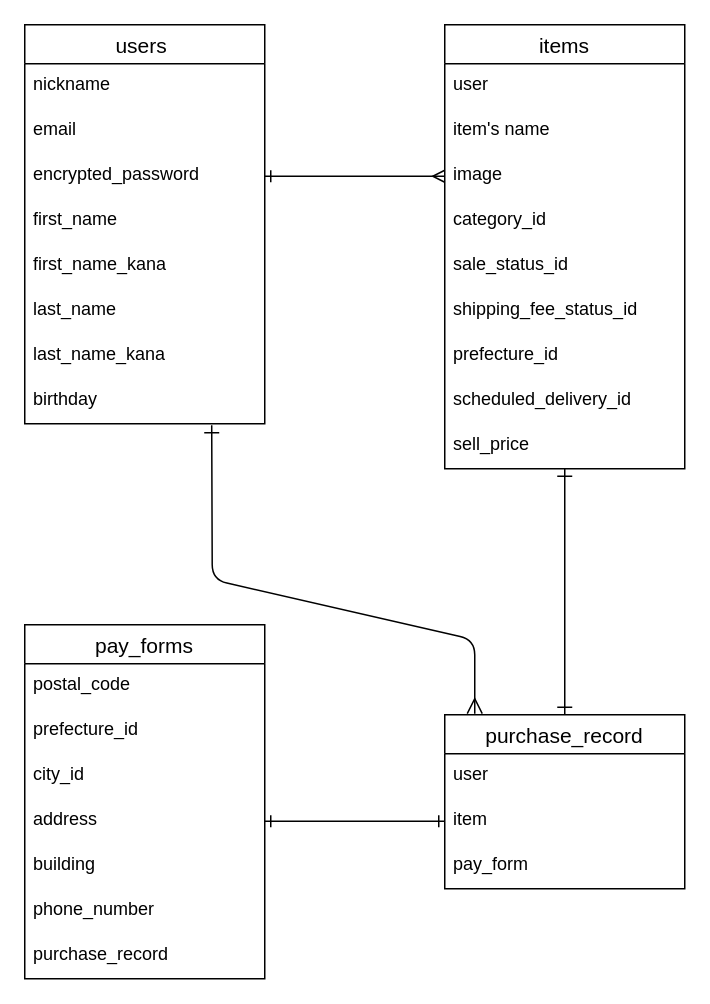
The draw.io diagram app/ER.dio in Genki4614/furima-40394, before the edit. Source tidied: cells renumbered, new cells numbered last; positions are measured from the earlier drawing's top-left corner, leaving out a move shared by most shapes. Both pictures are drawn from the tidied source at 150%, with x=0, y=0 at pixel (24, 24).
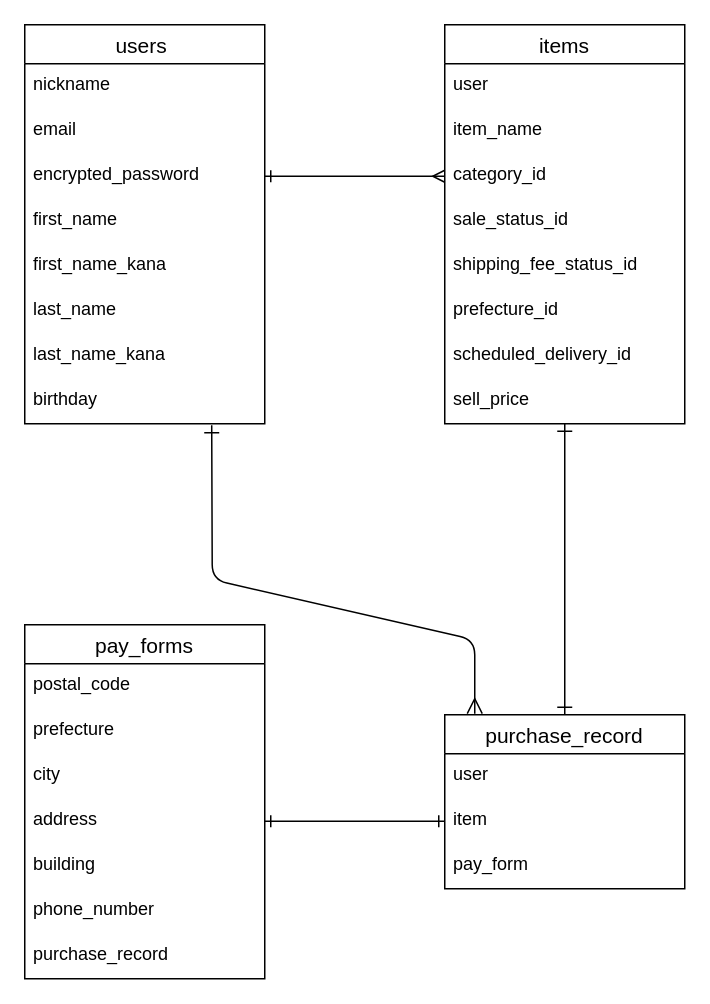
The same diagram, later.

Commit message (it also covers changes not shown here):
データベース設計ー修正2

Unchanged cells that the change refers to:
```xml
<mxCell id="5" value="encrypted_password" style="text;strokeColor=none;fillColor=none;spacingLeft=4;spacingRight=4;overflow=hidden;points=[[0,0.5],[1,0.5]];portConstraint=eastwest;fontSize=12;" parent="2" vertex="1">
  <mxGeometry y="86" width="160" height="30" as="geometry" />
</mxCell>
<mxCell id="28" value="pay_forms" style="swimlane;fontStyle=0;horizontal=1;startSize=26;align=center;fontSize=14;" parent="1" vertex="1">
  <mxGeometry y="400" width="160" height="236" as="geometry" />
</mxCell>
```

What changed in the source:
```diff
@@
     <mxCell id="12" value="items" style="swimlane;fontStyle=0;horizontal=1;startSize=26;align=center;fontSize=14;" parent="1" vertex="1">
-      <mxGeometry x="280" width="160" height="296" as="geometry" />
+      <mxGeometry x="280" width="160" height="266" as="geometry" />
     </mxCell>
@@
-    <mxCell id="14" value="item's name" style="text;strokeColor=none;fillColor=none;spacingLeft=4;spacingRight=4;overflow=hidden;fontSize=12;" parent="12" vertex="1">
+    <mxCell id="14" value="item_name" style="text;strokeColor=none;fillColor=none;spacingLeft=4;spacingRight=4;overflow=hidden;fontSize=12;" parent="12" vertex="1">
       <mxGeometry y="56" width="160" height="30" as="geometry" />
     </mxCell>
-    <mxCell id="15" value="image " style="text;strokeColor=none;fillColor=none;spacingLeft=4;spacingRight=4;overflow=hidden;points=[[0,0.5],[1,0.5]];portConstraint=eastwest;fontSize=12;" parent="12" vertex="1">
-      <mxGeometry y="86" width="160" height="30" as="geometry" />
-    </mxCell>
     <mxCell id="16" value="category_id" style="text;strokeColor=none;fillColor=none;spacingLeft=4;spacingRight=4;overflow=hidden;fontSize=12;" parent="12" vertex="1">
-      <mxGeometry y="116" width="160" height="30" as="geometry" />
+      <mxGeometry y="86" width="160" height="30" as="geometry" />
     </mxCell>
     <mxCell id="17" value="sale_status_id" style="text;strokeColor=none;fillColor=none;spacingLeft=4;spacingRight=4;overflow=hidden;fontSize=12;" parent="12" vertex="1">
-      <mxGeometry y="146" width="160" height="30" as="geometry" />
+      <mxGeometry y="116" width="160" height="30" as="geometry" />
     </mxCell>
     <mxCell id="18" value="shipping_fee_status_id" style="text;strokeColor=none;fillColor=none;spacingLeft=4;spacingRight=4;overflow=hidden;fontSize=12;" parent="12" vertex="1">
-      <mxGeometry y="176" width="160" height="30" as="geometry" />
+      <mxGeometry y="146" width="160" height="30" as="geometry" />
     </mxCell>
     <mxCell id="19" value="prefecture_id" style="text;strokeColor=none;fillColor=none;spacingLeft=4;spacingRight=4;overflow=hidden;fontSize=12;" parent="12" vertex="1">
-      <mxGeometry y="206" width="160" height="30" as="geometry" />
+      <mxGeometry y="176" width="160" height="30" as="geometry" />
     </mxCell>
     <mxCell id="20" value="scheduled_delivery_id" style="text;strokeColor=none;fillColor=none;spacingLeft=4;spacingRight=4;overflow=hidden;fontSize=12;" parent="12" vertex="1">
-      <mxGeometry y="236" width="160" height="30" as="geometry" />
+      <mxGeometry y="206" width="160" height="30" as="geometry" />
     </mxCell>
     <mxCell id="21" value="sell_price " style="text;strokeColor=none;fillColor=none;spacingLeft=4;spacingRight=4;overflow=hidden;fontSize=12;" parent="12" vertex="1">
-      <mxGeometry y="266" width="160" height="30" as="geometry" />
+      <mxGeometry y="236" width="160" height="30" as="geometry" />
     </mxCell>
@@
-    <mxCell id="26" style="edgeStyle=none;html=1;exitX=1;exitY=0.5;exitDx=0;exitDy=0;entryX=0;entryY=0.5;entryDx=0;entryDy=0;startArrow=ERone;startFill=0;endArrow=ERmany;endFill=0;jumpSize=10;strokeWidth=1;targetPerimeterSpacing=1;" parent="1" edge="1" source="5" target="15">
-      <mxGeometry relative="1" as="geometry" />
+    <mxCell id="26" style="edgeStyle=none;html=1;exitX=1;exitY=0.5;exitDx=0;exitDy=0;entryX=0;entryY=0.5;entryDx=0;entryDy=0;startArrow=ERone;startFill=0;endArrow=ERmany;endFill=0;jumpSize=10;strokeWidth=1;targetPerimeterSpacing=1;" parent="1" edge="1" source="5">
+      <mxGeometry relative="1" as="geometry">
+        <mxPoint x="280" y="101" as="targetPoint" />
+      </mxGeometry>
     </mxCell>
@@
-    <mxCell id="30" value="prefecture_id" style="text;strokeColor=none;fillColor=none;spacingLeft=4;spacingRight=4;overflow=hidden;fontSize=12;" parent="28" vertex="1">
+    <mxCell id="30" value="prefecture" style="text;strokeColor=none;fillColor=none;spacingLeft=4;spacingRight=4;overflow=hidden;fontSize=12;" parent="28" vertex="1">
       <mxGeometry y="56" width="160" height="30" as="geometry" />
     </mxCell>
-    <mxCell id="31" value="city_id" style="text;strokeColor=none;fillColor=none;spacingLeft=4;spacingRight=4;overflow=hidden;fontSize=12;" parent="28" vertex="1">
+    <mxCell id="31" value="city" style="text;strokeColor=none;fillColor=none;spacingLeft=4;spacingRight=4;overflow=hidden;fontSize=12;" parent="28" vertex="1">
       <mxGeometry y="86" width="160" height="30" as="geometry" />
     </mxCell>
```
